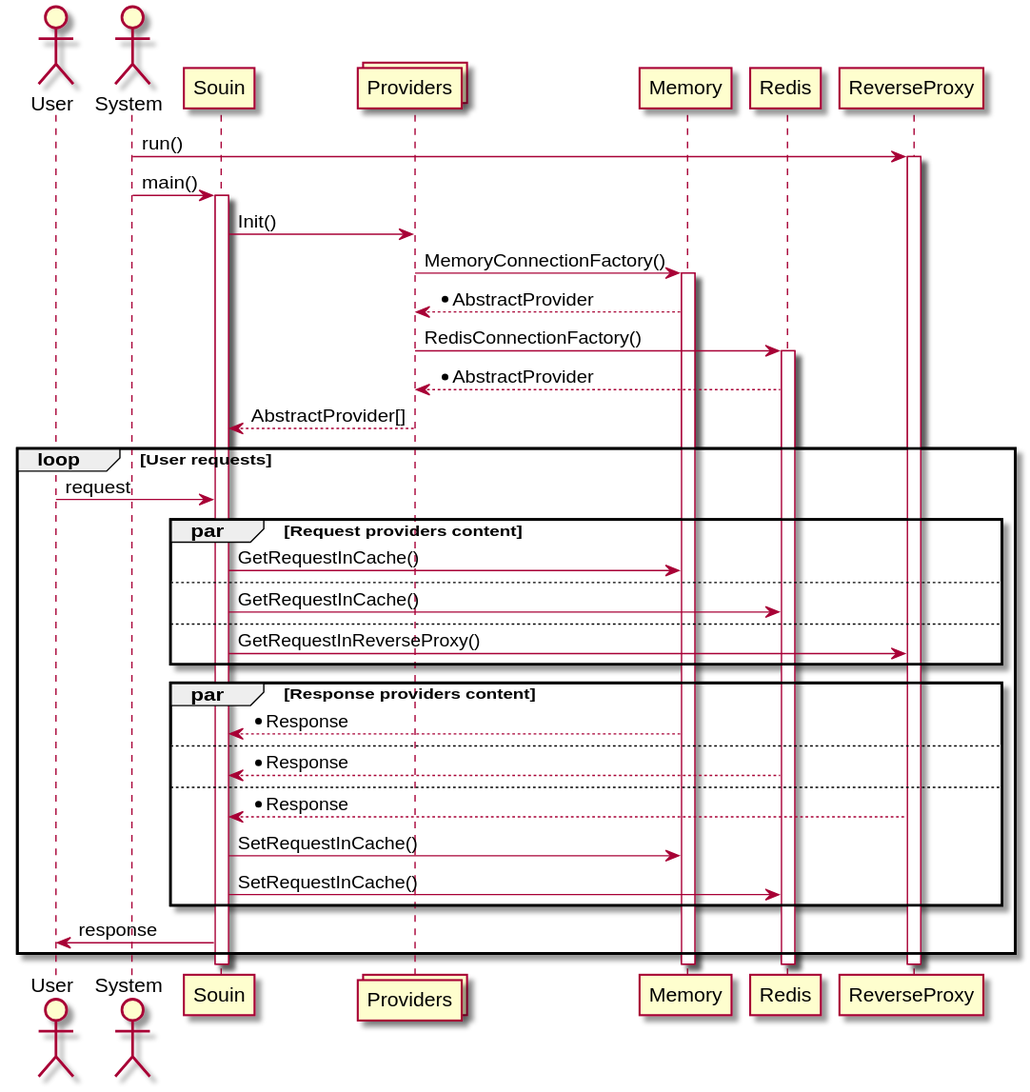
This is docs/plantUML/sequenceDiagram.svg from darkweak/souin, a PlantUML export, as it was before one commit.
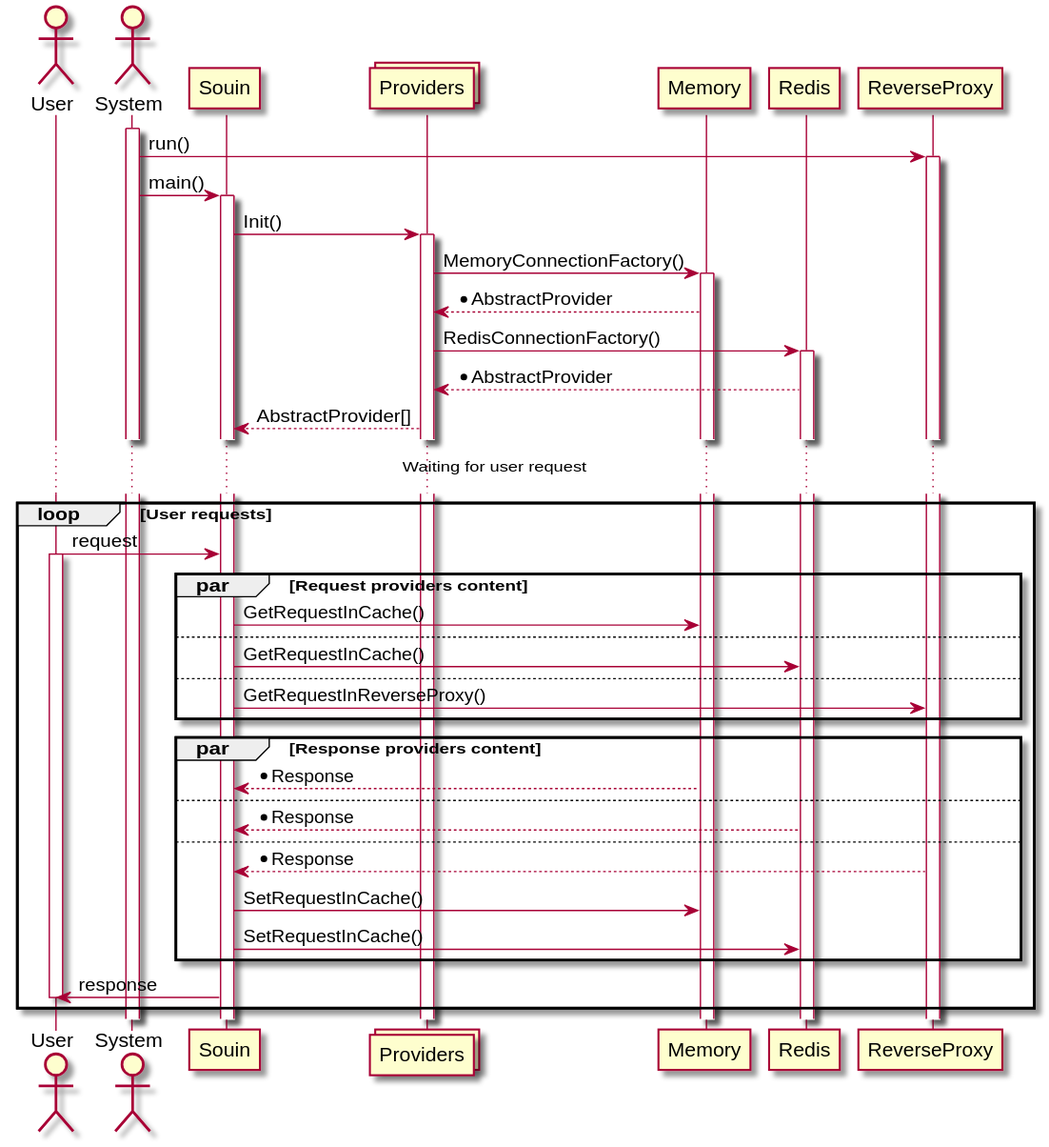
After the change.

Diff of the diagram source:
```diff
@@ -1,6 +1,7 @@
 @startuml
 actor User
 actor System
+activate System
 participant Souin
 collections Providers
 participant Memory
@@ -9,13 +10,16 @@
 System -> ReverseProxy ++ : run()
 System -> Souin ++ : main()
 Souin -> Providers : Init()
+activate Providers
 Providers -> Memory ++ : MemoryConnectionFactory()
 Providers <-- Memory : *AbstractProvider
 Providers -> Redis ++ : RedisConnectionFactory()
 Providers <-- Redis : *AbstractProvider
 Souin <-- Providers : AbstractProvider[]
+... Waiting for user request ...
 loop User requests
   User -> Souin : request
+  activate User
   par Request providers content
     Souin -> Memory: GetRequestInCache()
   else
@@ -33,5 +37,6 @@
     Souin -> Redis: SetRequestInCache()
   end
 Souin -> User : response
+deactivate User
 end
 @enduml
```
